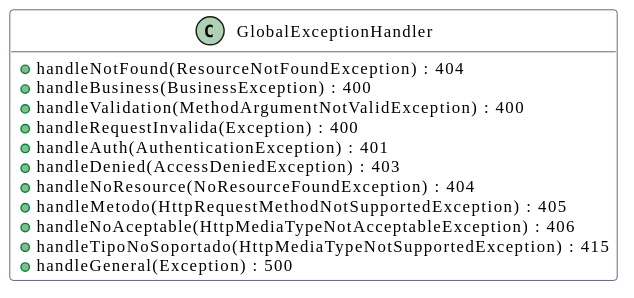
Earlier version of the PlantUML export docs/reporte/puml/m5-despues.svg (andreiveisuade/TPO-ProcesoDesarrolloSoftware-V3). Its source is kept beside it as docs/reporte/puml/m5-despues.puml.
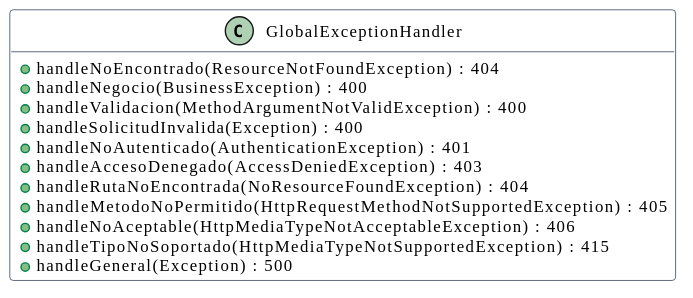
Above is the later version.

Diff of the diagram source:
```diff
@@ -14,14 +14,14 @@
 skinparam SequenceGroupBackgroundColor #F4F8FC
 hide empty members
 class GlobalExceptionHandler {
-  +handleNotFound(ResourceNotFoundException) : 404
-  +handleBusiness(BusinessException) : 400
-  +handleValidation(MethodArgumentNotValidException) : 400
-  +handleRequestInvalida(Exception) : 400
-  +handleAuth(AuthenticationException) : 401
-  +handleDenied(AccessDeniedException) : 403
-  +handleNoResource(NoResourceFoundException) : 404
-  +handleMetodo(HttpRequestMethodNotSupportedException) : 405
+  +handleNoEncontrado(ResourceNotFoundException) : 404
+  +handleNegocio(BusinessException) : 400
+  +handleValidacion(MethodArgumentNotValidException) : 400
+  +handleSolicitudInvalida(Exception) : 400
+  +handleNoAutenticado(AuthenticationException) : 401
+  +handleAccesoDenegado(AccessDeniedException) : 403
+  +handleRutaNoEncontrada(NoResourceFoundException) : 404
+  +handleMetodoNoPermitido(HttpRequestMethodNotSupportedException) : 405
   +handleNoAceptable(HttpMediaTypeNotAcceptableException) : 406
   +handleTipoNoSoportado(HttpMediaTypeNotSupportedException) : 415
   +handleGeneral(Exception) : 500
```
